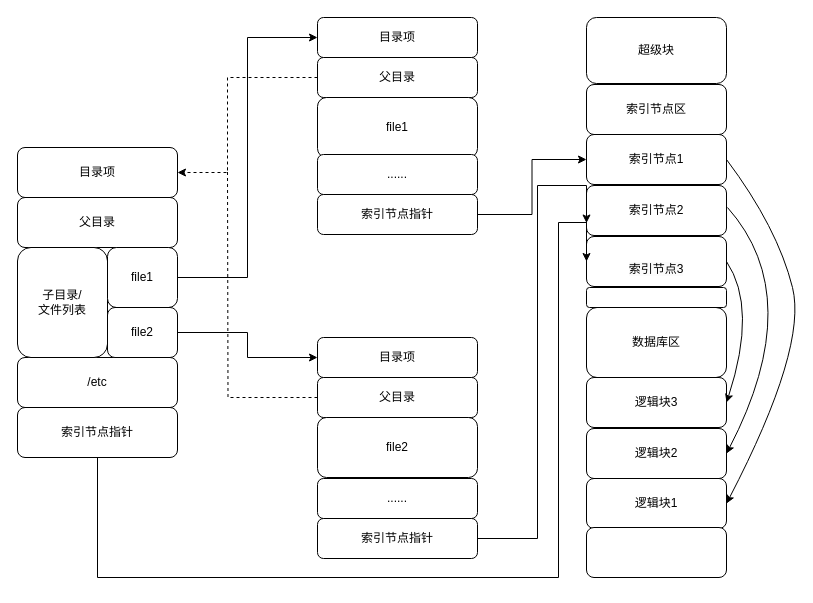
Netech-DevNote/itquestions_pictures keeps this draw.io diagram as 文件系统目录项和索引.drawio. Above is the earlier version. Source tidied: cells renumbered, new cells numbered last; positions are measured from the earlier drawing's top-left corner, leaving out a move shared by most shapes. Both pictures are drawn from the tidied source at 100%, with x=0, y=0 at pixel (17, 17).
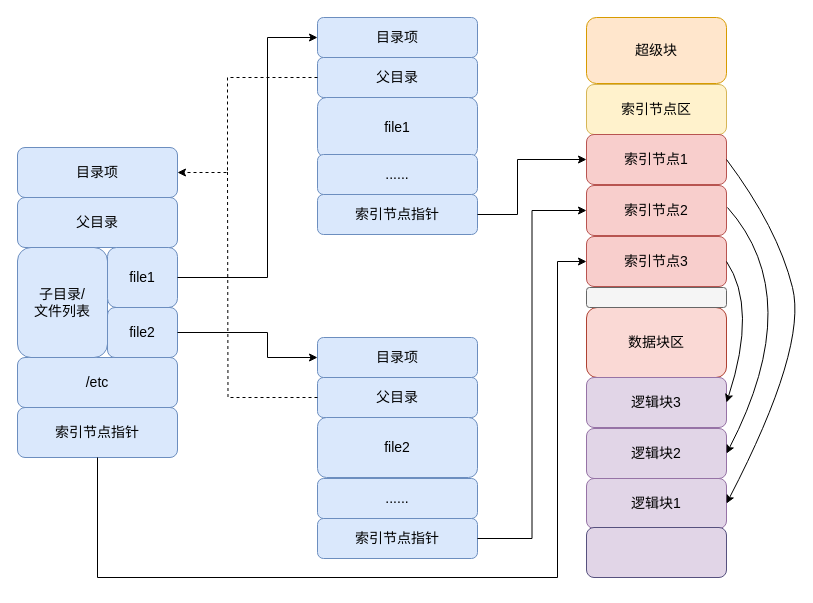
After the change.

Commit message (it also covers changes not shown here):
更新文件系统目录项和索引.drawio

Diff of the diagram source:
```diff
@@
-    <mxCell id="2" value="目录项" style="rounded=1;whiteSpace=wrap;html=1;" parent="1" vertex="1">
+    <mxCell id="2" value="目录项" style="rounded=1;whiteSpace=wrap;html=1;fillColor=#dae8fc;strokeColor=#6c8ebf;fontSize=14;" parent="1" vertex="1">
       <mxGeometry y="130" width="160" height="50" as="geometry" />
     </mxCell>
-    <mxCell id="3" value="父目录" style="rounded=1;whiteSpace=wrap;html=1;" parent="1" vertex="1">
+    <mxCell id="3" value="父目录" style="rounded=1;whiteSpace=wrap;html=1;fillColor=#dae8fc;strokeColor=#6c8ebf;fontSize=14;" parent="1" vertex="1">
       <mxGeometry y="180" width="160" height="50" as="geometry" />
     </mxCell>
-    <mxCell id="4" value="/etc" style="rounded=1;whiteSpace=wrap;html=1;" parent="1" vertex="1">
+    <mxCell id="4" value="/etc" style="rounded=1;whiteSpace=wrap;html=1;fillColor=#dae8fc;strokeColor=#6c8ebf;fontSize=14;" parent="1" vertex="1">
       <mxGeometry y="340" width="160" height="50" as="geometry" />
     </mxCell>
-    <mxCell id="5" value="索引节点指针" style="rounded=1;whiteSpace=wrap;html=1;" parent="1" vertex="1">
+    <mxCell id="5" value="索引节点指针" style="rounded=1;whiteSpace=wrap;html=1;fillColor=#dae8fc;strokeColor=#6c8ebf;fontSize=14;" parent="1" vertex="1">
       <mxGeometry y="390" width="160" height="50" as="geometry" />
     </mxCell>
-    <mxCell id="6" value="子目录/&lt;br&gt;文件列表" style="rounded=1;whiteSpace=wrap;html=1;" parent="1" vertex="1">
+    <mxCell id="6" value="子目录/&lt;br style=&quot;font-size: 14px;&quot;&gt;文件列表" style="rounded=1;whiteSpace=wrap;html=1;fillColor=#dae8fc;strokeColor=#6c8ebf;fontSize=14;" parent="1" vertex="1">
       <mxGeometry y="230" width="90" height="110" as="geometry" />
     </mxCell>
-    <mxCell id="7" value="file1" style="rounded=1;whiteSpace=wrap;html=1;" parent="1" vertex="1">
+    <mxCell id="7" value="file1" style="rounded=1;whiteSpace=wrap;html=1;fillColor=#dae8fc;strokeColor=#6c8ebf;fontSize=14;" parent="1" vertex="1">
       <mxGeometry x="90" y="230" width="70" height="60" as="geometry" />
     </mxCell>
-    <mxCell id="8" value="file2" style="rounded=1;whiteSpace=wrap;html=1;" parent="1" vertex="1">
+    <mxCell id="8" value="file2" style="rounded=1;whiteSpace=wrap;html=1;fillColor=#dae8fc;strokeColor=#6c8ebf;fontSize=14;" parent="1" vertex="1">
       <mxGeometry x="90" y="290" width="70" height="50" as="geometry" />
     </mxCell>
-    <mxCell id="9" value="目录项" style="rounded=1;whiteSpace=wrap;html=1;" parent="1" vertex="1">
+    <mxCell id="9" value="目录项" style="rounded=1;whiteSpace=wrap;html=1;fillColor=#dae8fc;strokeColor=#6c8ebf;fontSize=14;" parent="1" vertex="1">
       <mxGeometry x="300" width="160" height="40" as="geometry" />
     </mxCell>
-    <mxCell id="10" value="父目录" style="rounded=1;whiteSpace=wrap;html=1;" parent="1" vertex="1">
+    <mxCell id="10" value="父目录" style="rounded=1;whiteSpace=wrap;html=1;fillColor=#dae8fc;strokeColor=#6c8ebf;fontSize=14;" parent="1" vertex="1">
       <mxGeometry x="300" y="40" width="160" height="40" as="geometry" />
     </mxCell>
-    <mxCell id="11" value="file1" style="rounded=1;whiteSpace=wrap;html=1;" parent="1" vertex="1">
+    <mxCell id="11" value="file1" style="rounded=1;whiteSpace=wrap;html=1;fillColor=#dae8fc;strokeColor=#6c8ebf;fontSize=14;" parent="1" vertex="1">
       <mxGeometry x="300" y="80" width="160" height="60" as="geometry" />
     </mxCell>
-    <mxCell id="12" value="......" style="rounded=1;whiteSpace=wrap;html=1;" parent="1" vertex="1">
+    <mxCell id="12" value="......" style="rounded=1;whiteSpace=wrap;html=1;fillColor=#dae8fc;strokeColor=#6c8ebf;fontSize=14;" parent="1" vertex="1">
       <mxGeometry x="300" y="137" width="160" height="40" as="geometry" />
     </mxCell>
-    <mxCell id="13" value="索引节点指针" style="rounded=1;whiteSpace=wrap;html=1;" parent="1" vertex="1">
+    <mxCell id="13" value="索引节点指针" style="rounded=1;whiteSpace=wrap;html=1;fillColor=#dae8fc;strokeColor=#6c8ebf;fontSize=14;" parent="1" vertex="1">
       <mxGeometry x="300" y="177" width="160" height="40" as="geometry" />
     </mxCell>
-    <mxCell id="14" value="目录项" style="rounded=1;whiteSpace=wrap;html=1;" parent="1" vertex="1">
+    <mxCell id="14" value="目录项" style="rounded=1;whiteSpace=wrap;html=1;fillColor=#dae8fc;strokeColor=#6c8ebf;fontSize=14;" parent="1" vertex="1">
       <mxGeometry x="300" y="320" width="160" height="40" as="geometry" />
     </mxCell>
-    <mxCell id="15" value="父目录" style="rounded=1;whiteSpace=wrap;html=1;" parent="1" vertex="1">
+    <mxCell id="15" value="父目录" style="rounded=1;whiteSpace=wrap;html=1;fillColor=#dae8fc;strokeColor=#6c8ebf;fontSize=14;" parent="1" vertex="1">
       <mxGeometry x="300" y="360" width="160" height="40" as="geometry" />
     </mxCell>
-    <mxCell id="16" value="file2" style="rounded=1;whiteSpace=wrap;html=1;" parent="1" vertex="1">
+    <mxCell id="16" value="file2" style="rounded=1;whiteSpace=wrap;html=1;fillColor=#dae8fc;strokeColor=#6c8ebf;fontSize=14;" parent="1" vertex="1">
       <mxGeometry x="300" y="400" width="160" height="60" as="geometry" />
     </mxCell>
-    <mxCell id="17" value="......" style="rounded=1;whiteSpace=wrap;html=1;" parent="1" vertex="1">
+    <mxCell id="17" value="......" style="rounded=1;whiteSpace=wrap;html=1;fillColor=#dae8fc;strokeColor=#6c8ebf;fontSize=14;" parent="1" vertex="1">
       <mxGeometry x="300" y="461" width="160" height="40" as="geometry" />
     </mxCell>
-    <mxCell id="18" value="索引节点指针" style="rounded=1;whiteSpace=wrap;html=1;" parent="1" vertex="1">
+    <mxCell id="18" value="索引节点指针" style="rounded=1;whiteSpace=wrap;html=1;fillColor=#dae8fc;strokeColor=#6c8ebf;fontSize=14;" parent="1" vertex="1">
       <mxGeometry x="300" y="501" width="160" height="40" as="geometry" />
     </mxCell>
-    <mxCell id="19" value="超级块" style="rounded=1;whiteSpace=wrap;html=1;" parent="1" vertex="1">
+    <mxCell id="19" value="超级块" style="rounded=1;whiteSpace=wrap;html=1;fillColor=#ffe6cc;strokeColor=#d79b00;fontSize=14;" parent="1" vertex="1">
       <mxGeometry x="569" width="140" height="66" as="geometry" />
     </mxCell>
-    <mxCell id="20" value="索引节点区" style="rounded=1;whiteSpace=wrap;html=1;" parent="1" vertex="1">
+    <mxCell id="20" value="索引节点区" style="rounded=1;whiteSpace=wrap;html=1;fillColor=#fff2cc;strokeColor=#d6b656;fontSize=14;" parent="1" vertex="1">
       <mxGeometry x="569" y="67" width="140" height="50" as="geometry" />
     </mxCell>
-    <mxCell id="21" value="索引节点1" style="rounded=1;whiteSpace=wrap;html=1;" parent="1" vertex="1">
+    <mxCell id="21" value="索引节点1" style="rounded=1;whiteSpace=wrap;html=1;fillColor=#f8cecc;strokeColor=#b85450;fontSize=14;" parent="1" vertex="1">
       <mxGeometry x="569" y="117" width="140" height="50" as="geometry" />
     </mxCell>
-    <mxCell id="22" value="&lt;br&gt;&lt;span style=&quot;color: rgb(0, 0, 0); font-family: Helvetica; font-size: 12px; font-style: normal; font-variant-ligatures: normal; font-variant-caps: normal; font-weight: 400; letter-spacing: normal; orphans: 2; text-align: center; text-indent: 0px; text-transform: none; widows: 2; word-spacing: 0px; -webkit-text-stroke-width: 0px; background-color: rgb(251, 251, 251); text-decoration-thickness: initial; text-decoration-style: initial; text-decoration-color: initial; float: none; display: inline !important;&quot;&gt;索引节点3&lt;/span&gt;&lt;br&gt;" style="rounded=1;whiteSpace=wrap;html=1;" parent="1" vertex="1">
+    <mxCell id="22" value="索引节点3" style="rounded=1;whiteSpace=wrap;html=1;fillColor=#f8cecc;strokeColor=#b85450;fontSize=14;" parent="1" vertex="1">
       <mxGeometry x="569" y="219" width="140" height="50" as="geometry" />
     </mxCell>
-    <mxCell id="23" value="索引节点2" style="rounded=1;whiteSpace=wrap;html=1;" parent="1" vertex="1">
+    <mxCell id="23" value="索引节点2" style="rounded=1;whiteSpace=wrap;html=1;fillColor=#f8cecc;strokeColor=#b85450;fontSize=14;" parent="1" vertex="1">
       <mxGeometry x="569" y="168" width="140" height="50" as="geometry" />
     </mxCell>
-    <mxCell id="24" value="数据库区" style="rounded=1;whiteSpace=wrap;html=1;" parent="1" vertex="1">
+    <mxCell id="24" value="数据块区" style="rounded=1;whiteSpace=wrap;html=1;fillColor=#fad9d5;strokeColor=#ae4132;fontSize=14;" parent="1" vertex="1">
       <mxGeometry x="569" y="290" width="140" height="70" as="geometry" />
     </mxCell>
-    <mxCell id="25" value="逻辑块3" style="rounded=1;whiteSpace=wrap;html=1;" parent="1" vertex="1">
+    <mxCell id="25" value="逻辑块3" style="rounded=1;whiteSpace=wrap;html=1;fillColor=#e1d5e7;strokeColor=#9673a6;fontSize=14;" parent="1" vertex="1">
       <mxGeometry x="569" y="360" width="140" height="50" as="geometry" />
     </mxCell>
-    <mxCell id="26" value="逻辑块2" style="rounded=1;whiteSpace=wrap;html=1;" parent="1" vertex="1">
+    <mxCell id="26" value="逻辑块2" style="rounded=1;whiteSpace=wrap;html=1;fillColor=#e1d5e7;strokeColor=#9673a6;fontSize=14;" parent="1" vertex="1">
       <mxGeometry x="569" y="411" width="140" height="50" as="geometry" />
     </mxCell>
-    <mxCell id="27" value="逻辑块1" style="rounded=1;whiteSpace=wrap;html=1;" parent="1" vertex="1">
+    <mxCell id="27" value="逻辑块1" style="rounded=1;whiteSpace=wrap;html=1;fillColor=#e1d5e7;strokeColor=#9673a6;fontSize=14;" parent="1" vertex="1">
       <mxGeometry x="569" y="461" width="140" height="50" as="geometry" />
     </mxCell>
-    <mxCell id="28" style="rounded=1;whiteSpace=wrap;html=1;" parent="1" vertex="1">
+    <mxCell id="28" style="rounded=1;whiteSpace=wrap;html=1;fontSize=14;fillColor=#E1D5E7;strokeColor=#56517e;" parent="1" vertex="1">
       <mxGeometry x="569" y="510" width="140" height="50" as="geometry" />
     </mxCell>
-    <mxCell id="29" style="rounded=1;whiteSpace=wrap;html=1;" parent="1" vertex="1">
+    <mxCell id="29" style="rounded=1;whiteSpace=wrap;html=1;fillColor=#f5f5f5;strokeColor=#666666;fontSize=14;fontColor=#333333;" parent="1" vertex="1">
       <mxGeometry x="569" y="270" width="140" height="20" as="geometry" />
     </mxCell>
-    <mxCell id="30" style="endArrow=classic;startArrow=none;html=1;rounded=0;exitX=1;exitY=0.5;exitDx=0;exitDy=0;entryX=0;entryY=0.5;entryDx=0;entryDy=0;edgeStyle=orthogonalEdgeStyle;startFill=0;" parent="1" edge="1" source="7" target="9">
-      <mxGeometry relative="1" as="geometry" />
+    <mxCell id="30" style="endArrow=classic;startArrow=none;html=1;rounded=0;exitX=1;exitY=0.5;exitDx=0;exitDy=0;entryX=0;entryY=0.5;entryDx=0;entryDy=0;edgeStyle=orthogonalEdgeStyle;startFill=0;fontSize=14;" parent="1" edge="1" source="7" target="9">
+      <mxGeometry relative="1" as="geometry">
+        <Array as="points">
+          <mxPoint x="250" y="260" />
+          <mxPoint x="250" y="20" />
+        </Array>
+      </mxGeometry>
     </mxCell>
-    <mxCell id="31" style="endArrow=classic;html=1;rounded=0;exitX=1;exitY=0.5;exitDx=0;exitDy=0;edgeStyle=orthogonalEdgeStyle;entryX=0;entryY=0.5;entryDx=0;entryDy=0;" parent="1" edge="1" source="8" target="14">
-      <mxGeometry relative="1" as="geometry" />
+    <mxCell id="31" style="endArrow=classic;html=1;rounded=0;exitX=1;exitY=0.5;exitDx=0;exitDy=0;edgeStyle=orthogonalEdgeStyle;entryX=0;entryY=0.5;entryDx=0;entryDy=0;fontSize=14;" parent="1" edge="1" source="8" target="14">
+      <mxGeometry relative="1" as="geometry">
+        <Array as="points">
+          <mxPoint x="250" y="315" />
+          <mxPoint x="250" y="340" />
+        </Array>
+      </mxGeometry>
     </mxCell>
-    <mxCell id="32" style="endArrow=classic;html=1;rounded=0;entryX=1;entryY=0.5;entryDx=0;entryDy=0;exitX=0;exitY=0.5;exitDx=0;exitDy=0;edgeStyle=orthogonalEdgeStyle;dashed=1;" parent="1" edge="1" source="10" target="2">
+    <mxCell id="32" style="endArrow=classic;html=1;rounded=0;entryX=1;entryY=0.5;entryDx=0;entryDy=0;exitX=0;exitY=0.5;exitDx=0;exitDy=0;edgeStyle=orthogonalEdgeStyle;dashed=1;fontSize=14;" parent="1" edge="1" source="10" target="2">
       <mxGeometry relative="1" as="geometry">
         <Array as="points">
           <mxPoint x="210" y="60" />
           <mxPoint x="210" y="155" />
         </Array>
       </mxGeometry>
     </mxCell>
-    <mxCell id="33" style="endArrow=none;html=1;rounded=0;exitX=0;exitY=0.5;exitDx=0;exitDy=0;edgeStyle=orthogonalEdgeStyle;endFill=0;dashed=1;" parent="1" edge="1" source="15">
+    <mxCell id="33" style="endArrow=none;html=1;rounded=0;exitX=0;exitY=0.5;exitDx=0;exitDy=0;edgeStyle=orthogonalEdgeStyle;endFill=0;dashed=1;fontSize=14;" parent="1" edge="1" source="15">
       <mxGeometry relative="1" as="geometry">
         <mxPoint x="210" y="150" as="targetPoint" />
       </mxGeometry>
     </mxCell>
-    <mxCell id="34" style="endArrow=classic;html=1;rounded=0;entryX=0;entryY=0.5;entryDx=0;entryDy=0;exitX=1;exitY=0.5;exitDx=0;exitDy=0;edgeStyle=orthogonalEdgeStyle;" parent="1" edge="1" source="13" target="21">
-      <mxGeometry relative="1" as="geometry" />
+    <mxCell id="34" style="endArrow=classic;html=1;rounded=0;entryX=0;entryY=0.5;entryDx=0;entryDy=0;exitX=1;exitY=0.5;exitDx=0;exitDy=0;edgeStyle=orthogonalEdgeStyle;fontSize=14;" parent="1" edge="1" source="13" target="21">
+      <mxGeometry relative="1" as="geometry">
+        <Array as="points">
+          <mxPoint x="500" y="197" />
+          <mxPoint x="500" y="142" />
+        </Array>
+      </mxGeometry>
     </mxCell>
-    <mxCell id="35" style="endArrow=classic;html=1;rounded=0;exitX=1;exitY=0.5;exitDx=0;exitDy=0;edgeStyle=orthogonalEdgeStyle;entryX=0;entryY=0.75;entryDx=0;entryDy=0;" parent="1" edge="1" source="18" target="23">
-      <mxGeometry relative="1" as="geometry">
-        <Array as="points">
-          <mxPoint x="520" y="521" />
-          <mxPoint x="520" y="168" />
-          <mxPoint x="569" y="168" />
-        </Array>
-      </mxGeometry>
+    <mxCell id="35" style="endArrow=classic;html=1;rounded=0;exitX=1;exitY=0.5;exitDx=0;exitDy=0;entryX=0;entryY=0.5;entryDx=0;entryDy=0;edgeStyle=orthogonalEdgeStyle;fontSize=14;" parent="1" edge="1" source="18" target="23">
+      <mxGeometry relative="1" as="geometry" />
     </mxCell>
-    <mxCell id="36" style="endArrow=classic;html=1;rounded=0;exitX=0.5;exitY=1;exitDx=0;exitDy=0;edgeStyle=orthogonalEdgeStyle;entryX=0;entryY=0.5;entryDx=0;entryDy=0;" parent="1" edge="1" source="5" target="22">
+    <mxCell id="36" style="endArrow=classic;html=1;rounded=0;exitX=0.5;exitY=1;exitDx=0;exitDy=0;entryX=0;entryY=0.5;entryDx=0;entryDy=0;edgeStyle=orthogonalEdgeStyle;fontSize=14;" parent="1" edge="1" source="5" target="22">
       <mxGeometry relative="1" as="geometry">
         <Array as="points">
           <mxPoint x="80" y="560" />
-          <mxPoint x="541" y="560" />
-          <mxPoint x="541" y="205" />
-          <mxPoint x="569" y="205" />
+          <mxPoint x="540" y="560" />
+          <mxPoint x="540" y="244" />
         </Array>
       </mxGeometry>
     </mxCell>
-    <mxCell id="37" style="curved=1;endArrow=classic;html=1;rounded=0;exitX=1;exitY=0.5;exitDx=0;exitDy=0;entryX=1;entryY=0.5;entryDx=0;entryDy=0;" parent="1" edge="1" source="22" target="25">
+    <mxCell id="37" style="curved=1;endArrow=classic;html=1;rounded=0;exitX=1;exitY=0.5;exitDx=0;exitDy=0;entryX=1;entryY=0.5;entryDx=0;entryDy=0;fontSize=14;" parent="1" edge="1" source="22" target="25">
       <mxGeometry relative="1" as="geometry">
         <Array as="points">
           <mxPoint x="740" y="290" />
         </Array>
       </mxGeometry>
     </mxCell>
-    <mxCell id="38" style="curved=1;endArrow=classic;html=1;rounded=0;entryX=1;entryY=0.5;entryDx=0;entryDy=0;" parent="1" edge="1" target="26">
+    <mxCell id="38" style="curved=1;endArrow=classic;html=1;rounded=0;entryX=1;entryY=0.5;entryDx=0;entryDy=0;fontSize=14;" parent="1" edge="1" target="26">
       <mxGeometry relative="1" as="geometry">
         <mxPoint x="710" y="190" as="sourcePoint" />
         <Array as="points">
           <mxPoint x="790" y="280" />
         </Array>
       </mxGeometry>
     </mxCell>
-    <mxCell id="39" style="curved=1;endArrow=classic;html=1;rounded=0;exitX=1;exitY=0.5;exitDx=0;exitDy=0;entryX=1;entryY=0.5;entryDx=0;entryDy=0;" parent="1" edge="1" source="21" target="27">
+    <mxCell id="39" style="curved=1;endArrow=classic;html=1;rounded=0;exitX=1;exitY=0.5;exitDx=0;exitDy=0;entryX=1;entryY=0.5;entryDx=0;entryDy=0;fontSize=14;" parent="1" edge="1" source="21" target="27">
       <mxGeometry relative="1" as="geometry">
         <Array as="points">
           <mxPoint x="760" y="210" />
           <mxPoint x="790" y="330" />
         </Array>
       </mxGeometry>
     </mxCell>
```
